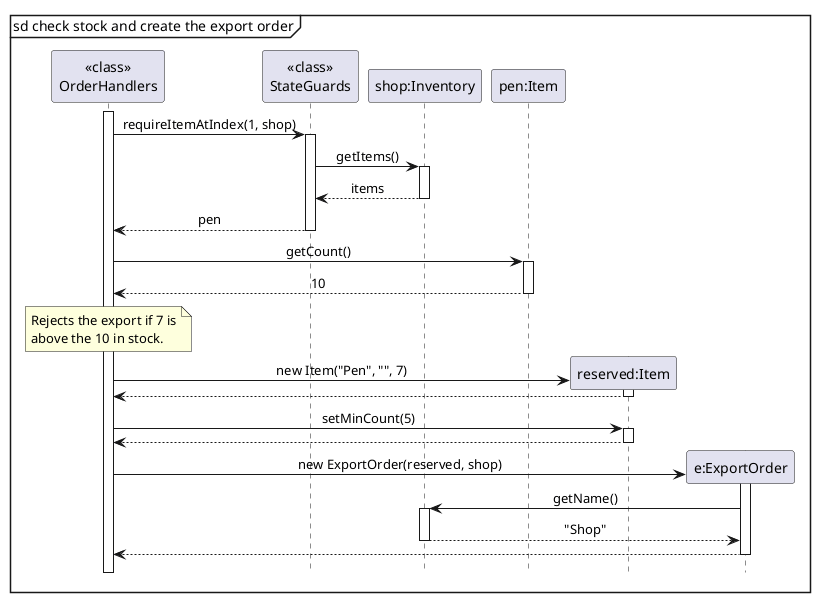
Earlier version of the PlantUML export docs/images/ExportReserveSequence.png (AY2627S1-CS2113-W14-4/tp).
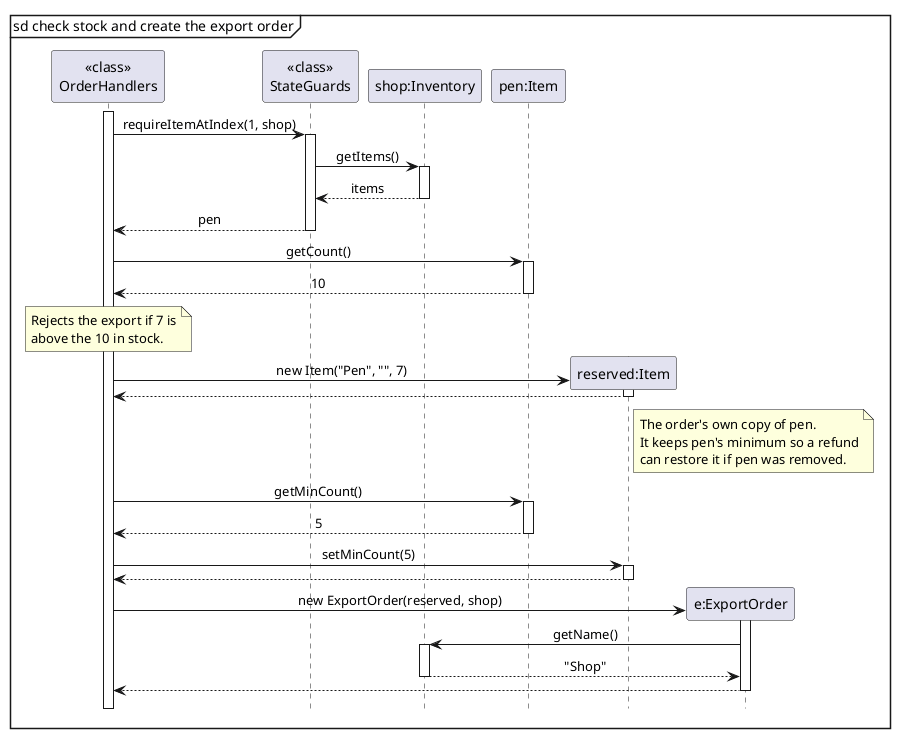
Above is the later version.

Commit message:
Show where the reserved item's minimum comes from

Change to the diagram source:
```diff
@@ -32,6 +32,15 @@
 activate Reserved
 Reserved --> Handlers
 deactivate Reserved
+note right of Reserved
+    The order's own copy of pen.
+    It keeps pen's minimum so a refund
+    can restore it if pen was removed.
+end note
+Handlers -> Item : getMinCount()
+activate Item
+Item --> Handlers : 5
+deactivate Item
 Handlers -> Reserved : setMinCount(5)
 activate Reserved
 Reserved --> Handlers
```
